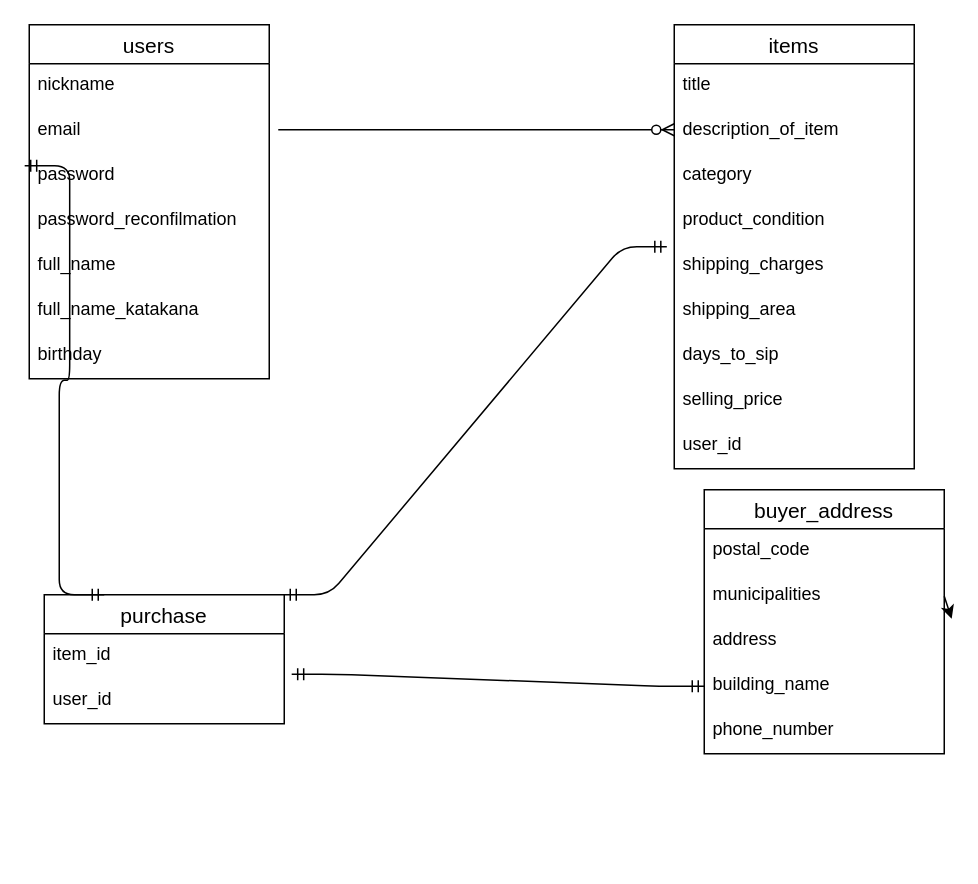
The draw.io diagram page "ページ1" (1 of 2) of er.dio in shin-ueda000/furima-32014, before the edit. Source tidied: cells renumbered, new cells numbered last; positions are measured from the earlier drawing's top-left corner, leaving out a move shared by most shapes. Both pictures are drawn from the tidied source at 150%, with x=0, y=0 at pixel (28, 24).
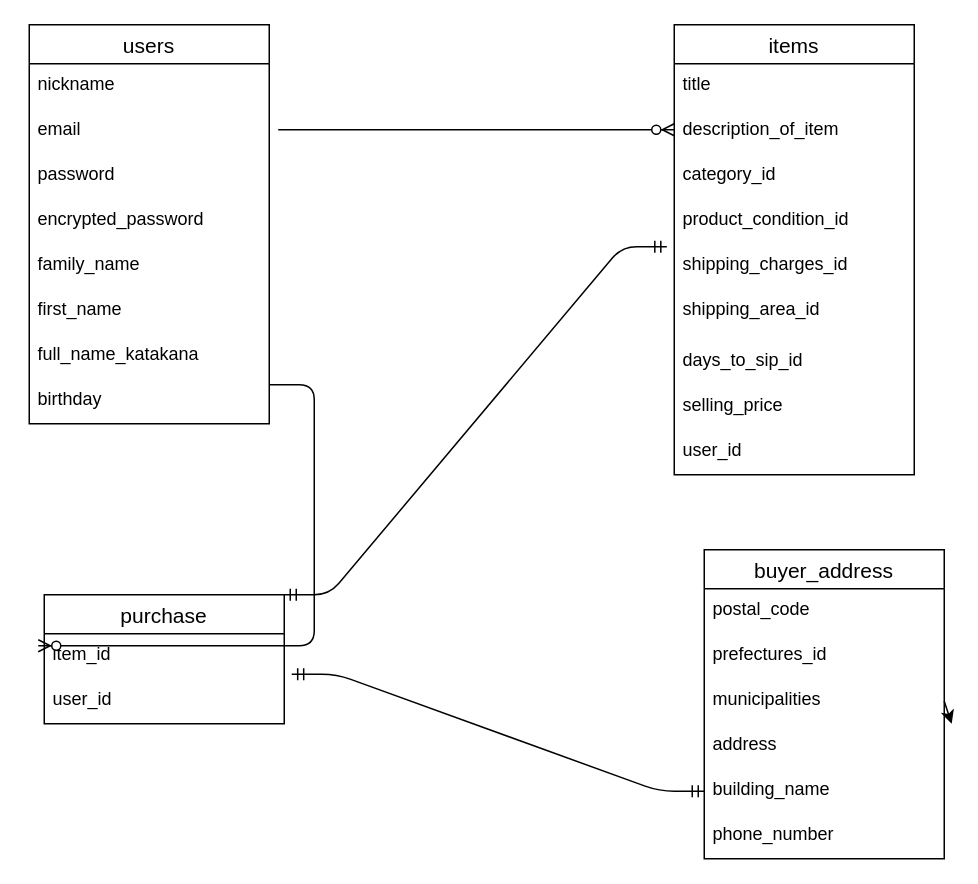
Above is the later version.

Commit message (it also covers changes not shown here):
修正しました

Unchanged cells that the change refers to:
```xml
<mxCell id="6" value="password" style="text;strokeColor=none;fillColor=none;spacingLeft=4;spacingRight=4;overflow=hidden;points=[[0,0.5],[1,0.5]];portConstraint=eastwest;fontSize=12;" parent="3" vertex="1">
  <mxGeometry y="86" width="160" height="30" as="geometry" />
</mxCell>
<mxCell id="22" value="purchase" style="swimlane;fontStyle=0;horizontal=1;startSize=26;align=center;fontSize=14;" parent="1" vertex="1">
  <mxGeometry x="10" y="380" width="160" height="86" as="geometry" />
</mxCell>
<mxCell id="23" value="item_id" style="text;strokeColor=none;fillColor=none;spacingLeft=4;spacingRight=4;overflow=hidden;points=[[0,0.5],[1,0.5]];portConstraint=eastwest;fontSize=12;" parent="22" vertex="1">
  <mxGeometry y="26" width="160" height="30" as="geometry" />
</mxCell>
```

The edit, as a diff of the source:
```diff
@@
     <mxCell id="3" value="users" style="swimlane;fontStyle=0;horizontal=1;startSize=26;align=center;fontSize=14;" parent="1" vertex="1">
-      <mxGeometry width="160" height="236" as="geometry" />
+      <mxGeometry width="160" height="266" as="geometry" />
     </mxCell>
@@
-    <mxCell id="7" value="password_reconfilmation" style="text;strokeColor=none;fillColor=none;spacingLeft=4;spacingRight=4;overflow=hidden;fontSize=12;" parent="3" vertex="1">
+    <mxCell id="7" value="encrypted_password" style="text;strokeColor=none;fillColor=none;spacingLeft=4;spacingRight=4;overflow=hidden;fontSize=12;" parent="3" vertex="1">
       <mxGeometry y="116" width="160" height="30" as="geometry" />
     </mxCell>
-    <mxCell id="8" value="full_name" style="text;strokeColor=none;fillColor=none;spacingLeft=4;spacingRight=4;overflow=hidden;fontSize=12;" parent="3" vertex="1">
+    <mxCell id="8" value="family_name" style="text;strokeColor=none;fillColor=none;spacingLeft=4;spacingRight=4;overflow=hidden;fontSize=12;" parent="3" vertex="1">
       <mxGeometry y="146" width="160" height="30" as="geometry" />
     </mxCell>
+    <mxCell id="34" value="first_name" style="text;strokeColor=none;fillColor=none;spacingLeft=4;spacingRight=4;overflow=hidden;fontSize=12;" parent="3" vertex="1">
+      <mxGeometry y="176" width="160" height="30" as="geometry" />
+    </mxCell>
     <mxCell id="9" value="full_name_katakana" style="text;strokeColor=none;fillColor=none;spacingLeft=4;spacingRight=4;overflow=hidden;fontSize=12;" parent="3" vertex="1">
-      <mxGeometry y="176" width="160" height="30" as="geometry" />
+      <mxGeometry y="206" width="160" height="30" as="geometry" />
     </mxCell>
     <mxCell id="10" value="birthday" style="text;strokeColor=none;fillColor=none;spacingLeft=4;spacingRight=4;overflow=hidden;fontSize=12;" parent="3" vertex="1">
-      <mxGeometry y="206" width="160" height="30" as="geometry" />
+      <mxGeometry y="236" width="160" height="30" as="geometry" />
     </mxCell>
     <mxCell id="11" value="items" style="swimlane;fontStyle=0;horizontal=1;startSize=26;align=center;fontSize=14;" parent="1" vertex="1">
-      <mxGeometry x="430" width="160" height="296" as="geometry" />
+      <mxGeometry x="430" width="160" height="300" as="geometry" />
     </mxCell>
@@
-    <mxCell id="14" value="category" style="text;strokeColor=none;fillColor=none;spacingLeft=4;spacingRight=4;overflow=hidden;fontSize=12;" parent="11" vertex="1">
+    <mxCell id="14" value="category_id" style="text;strokeColor=none;fillColor=none;spacingLeft=4;spacingRight=4;overflow=hidden;fontSize=12;" parent="11" vertex="1">
       <mxGeometry y="86" width="160" height="30" as="geometry" />
     </mxCell>
-    <mxCell id="15" value="product_condition" style="text;strokeColor=none;fillColor=none;spacingLeft=4;spacingRight=4;overflow=hidden;fontSize=12;" parent="11" vertex="1">
+    <mxCell id="15" value="product_condition_id" style="text;strokeColor=none;fillColor=none;spacingLeft=4;spacingRight=4;overflow=hidden;fontSize=12;" parent="11" vertex="1">
       <mxGeometry y="116" width="160" height="30" as="geometry" />
     </mxCell>
-    <mxCell id="16" value="shipping_charges" style="text;strokeColor=none;fillColor=none;spacingLeft=4;spacingRight=4;overflow=hidden;points=[[0,0.5],[1,0.5]];portConstraint=eastwest;fontSize=12;" parent="11" vertex="1">
+    <mxCell id="16" value="shipping_charges_id" style="text;strokeColor=none;fillColor=none;spacingLeft=4;spacingRight=4;overflow=hidden;points=[[0,0.5],[1,0.5]];portConstraint=eastwest;fontSize=12;" parent="11" vertex="1">
       <mxGeometry y="146" width="160" height="30" as="geometry" />
     </mxCell>
-    <mxCell id="17" value="shipping_area" style="text;strokeColor=none;fillColor=none;spacingLeft=4;spacingRight=4;overflow=hidden;fontSize=12;" parent="11" vertex="1">
-      <mxGeometry y="176" width="160" height="30" as="geometry" />
+    <mxCell id="17" value="shipping_area_id" style="text;strokeColor=none;fillColor=none;spacingLeft=4;spacingRight=4;overflow=hidden;fontSize=12;" parent="11" vertex="1">
+      <mxGeometry y="176" width="160" height="34" as="geometry" />
     </mxCell>
-    <mxCell id="18" value="days_to_sip" style="text;strokeColor=none;fillColor=none;spacingLeft=4;spacingRight=4;overflow=hidden;fontSize=12;" parent="11" vertex="1">
-      <mxGeometry y="206" width="160" height="30" as="geometry" />
+    <mxCell id="18" value="days_to_sip_id" style="text;strokeColor=none;fillColor=none;spacingLeft=4;spacingRight=4;overflow=hidden;fontSize=12;" parent="11" vertex="1">
+      <mxGeometry y="210" width="160" height="30" as="geometry" />
     </mxCell>
     <mxCell id="19" value="selling_price" style="text;strokeColor=none;fillColor=none;spacingLeft=4;spacingRight=4;overflow=hidden;fontSize=12;" parent="11" vertex="1">
-      <mxGeometry y="236" width="160" height="30" as="geometry" />
+      <mxGeometry y="240" width="160" height="30" as="geometry" />
     </mxCell>
     <mxCell id="20" value="user_id&#10;" style="text;strokeColor=none;fillColor=none;spacingLeft=4;spacingRight=4;overflow=hidden;fontSize=12;" parent="11" vertex="1">
-      <mxGeometry y="266" width="160" height="30" as="geometry" />
+      <mxGeometry y="270" width="160" height="30" as="geometry" />
     </mxCell>
@@
+    <mxCell id="32" style="edgeStyle=entityRelationEdgeStyle;fontSize=12;html=1;endArrow=ERmandOne;startArrow=ERmandOne;exitX=1;exitY=0;exitDx=0;exitDy=0;entryX=-0.031;entryY=0.067;entryDx=0;entryDy=0;entryPerimeter=0;" parent="1" edge="1" source="22" target="16">
+      <mxGeometry relative="1" as="geometry" />
+    </mxCell>
     <mxCell id="25" value="buyer_address" style="swimlane;fontStyle=0;horizontal=1;startSize=26;align=center;fontSize=14;swimlaneFillColor=none;" parent="1" vertex="1">
-      <mxGeometry x="450" y="310" width="160" height="176" as="geometry" />
+      <mxGeometry x="450" y="350" width="160" height="206" as="geometry" />
     </mxCell>
@@
+    <mxCell id="35" value="prefectures_id" style="text;strokeColor=none;fillColor=none;spacingLeft=4;spacingRight=4;overflow=hidden;fontSize=12;" parent="25" vertex="1">
+      <mxGeometry y="56" width="160" height="30" as="geometry" />
+    </mxCell>
     <mxCell id="27" value="municipalities" style="text;strokeColor=none;fillColor=none;spacingLeft=4;spacingRight=4;overflow=hidden;points=[[0,0.5],[1,0.5]];portConstraint=eastwest;fontSize=12;" parent="25" vertex="1">
-      <mxGeometry y="56" width="160" height="30" as="geometry" />
+      <mxGeometry y="86" width="160" height="30" as="geometry" />
     </mxCell>
     <mxCell id="28" value="address" style="text;strokeColor=none;fillColor=none;spacingLeft=4;spacingRight=4;overflow=hidden;fontSize=12;" parent="25" vertex="1">
-      <mxGeometry y="86" width="160" height="30" as="geometry" />
+      <mxGeometry y="116" width="160" height="30" as="geometry" />
     </mxCell>
     <mxCell id="29" value="building_name" style="text;strokeColor=none;fillColor=none;spacingLeft=4;spacingRight=4;overflow=hidden;points=[[0,0.5],[1,0.5]];portConstraint=eastwest;fontSize=12;" parent="25" vertex="1">
-      <mxGeometry y="116" width="160" height="30" as="geometry" />
+      <mxGeometry y="146" width="160" height="30" as="geometry" />
     </mxCell>
     <mxCell id="30" value="phone_number" style="text;strokeColor=none;fillColor=none;spacingLeft=4;spacingRight=4;overflow=hidden;fontSize=12;" parent="25" vertex="1">
-      <mxGeometry y="146" width="160" height="30" as="geometry" />
+      <mxGeometry y="176" width="160" height="30" as="geometry" />
     </mxCell>
@@
-    <mxCell id="32" style="edgeStyle=entityRelationEdgeStyle;fontSize=12;html=1;endArrow=ERmandOne;startArrow=ERmandOne;exitX=1;exitY=0;exitDx=0;exitDy=0;entryX=-0.031;entryY=0.067;entryDx=0;entryDy=0;entryPerimeter=0;" parent="1" edge="1" source="22" target="16">
-      <mxGeometry relative="1" as="geometry" />
-    </mxCell>
-    <mxCell id="33" style="edgeStyle=entityRelationEdgeStyle;fontSize=12;html=1;endArrow=ERmandOne;startArrow=ERmandOne;entryX=-0.019;entryY=0.267;entryDx=0;entryDy=0;entryPerimeter=0;exitX=0.25;exitY=0;exitDx=0;exitDy=0;" parent="1" edge="1" source="22" target="6">
-      <mxGeometry relative="1" as="geometry" />
-    </mxCell>
+    <mxCell id="36" style="edgeStyle=entityRelationEdgeStyle;fontSize=12;html=1;endArrow=ERzeroToMany;endFill=1;entryX=-0.025;entryY=0.267;entryDx=0;entryDy=0;entryPerimeter=0;" parent="1" edge="1" target="23">
+      <mxGeometry relative="1" as="geometry">
+        <mxPoint x="160" y="240" as="sourcePoint" />
+      </mxGeometry>
+    </mxCell>
```
